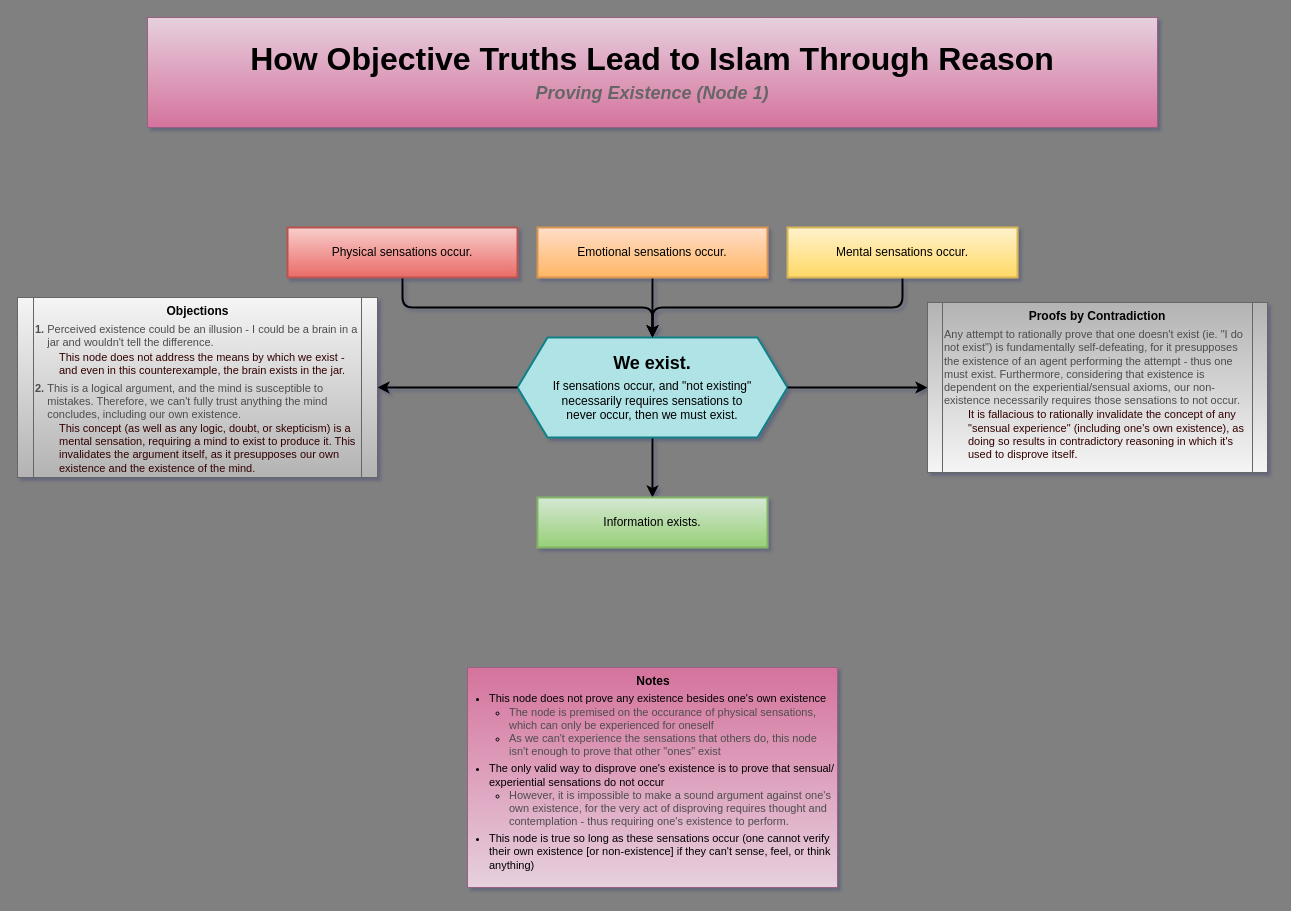
ixm-ibrahim/Diagrams keeps this draw.io diagram as page "PE1" (6 of 17) of Comparative Religion/How Objective Truths Lead to Islam through Reason.drawio. Above is the earlier version. Source tidied: cells renumbered, new cells numbered last; positions are measured from the earlier drawing's top-left corner, leaving out a move shared by most shapes. Both pictures are drawn from the tidied source at 100%, with x=0, y=0 at pixel (17, 17).
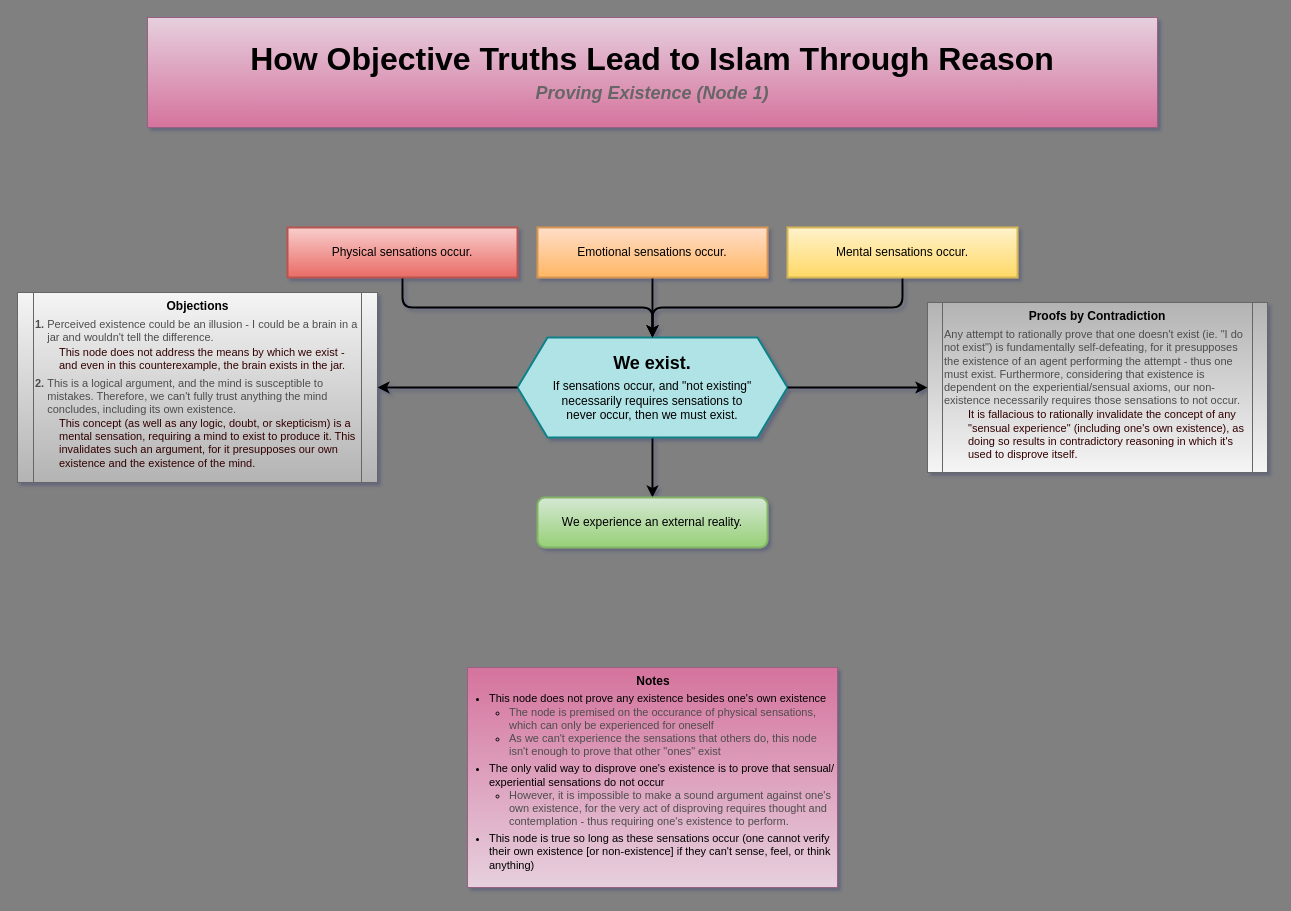
Above is the later version.

Commit message (it also covers changes not shown here):
two new categories: information, and logic

Change to the diagram source:
```diff
@@
 <mxGraphModel background="#808080" shadow="1">
   <root>
     <mxCell id="0" />
     <mxCell id="1" parent="0" />
     <mxCell id="2" value="&lt;b style=&quot;&quot;&gt;&lt;span style=&quot;font-size: 32px;&quot;&gt;How Objective Truths Lead to Islam Through Reason&lt;br&gt;&lt;/span&gt;&lt;font style=&quot;font-size: 4px;&quot;&gt;&lt;br&gt;&lt;/font&gt;&lt;i style=&quot;font-size: 12px;&quot;&gt;&lt;font style=&quot;font-size: 18px; color: rgb(102, 102, 102);&quot;&gt;Proving Existence (Node 1)&lt;/font&gt;&lt;/i&gt;&lt;/b&gt;" style="rounded=0;whiteSpace=wrap;html=1;fillColor=#e6d0de;strokeColor=#996185;gradientColor=#d5739d;fontSize=1;" parent="1" vertex="1">
       <mxGeometry x="130" width="1010" height="110" as="geometry" />
     </mxCell>
     <mxCell id="3" style="edgeStyle=elbowEdgeStyle;shape=connector;curved=0;rounded=1;jettySize=auto;elbow=vertical;html=1;exitX=0.5;exitY=1;exitDx=0;exitDy=0;entryX=0.5;entryY=0;entryDx=0;entryDy=0;strokeColor=default;strokeWidth=2;align=center;verticalAlign=middle;fontFamily=Helvetica;fontSize=11;fontColor=default;labelBackgroundColor=default;endArrow=classic;" parent="1" edge="1" source="4" target="16">
       <mxGeometry relative="1" as="geometry" />
     </mxCell>
     <mxCell id="4" value="&lt;font style=&quot;font-size: 18px;&quot;&gt;&lt;b&gt;We exist.&lt;/b&gt;&lt;/font&gt;&lt;br&gt;&lt;font style=&quot;font-size: 4px;&quot;&gt;&amp;nbsp;&lt;/font&gt;&lt;br&gt;&lt;font style=&quot;font-size: 12px;&quot;&gt;If sensations occur, and &quot;not existing&quot;&lt;br&gt;necessarily requires sensations to&lt;br&gt;never occur, then we must exist.&lt;/font&gt;" style="shape=hexagon;perimeter=hexagonPerimeter2;whiteSpace=wrap;html=1;fixedSize=1;size=30;fillColor=#b0e3e6;strokeColor=#0e8088;fontSize=1;strokeWidth=2;" parent="1" vertex="1">
       <mxGeometry x="500" y="320" width="270" height="100" as="geometry" />
     </mxCell>
     <mxCell id="5" style="edgeStyle=elbowEdgeStyle;rounded=1;jettySize=auto;html=1;exitX=0.5;exitY=1;exitDx=0;exitDy=0;entryX=0.5;entryY=0;entryDx=0;entryDy=0;elbow=vertical;curved=0;strokeWidth=2;" parent="1" edge="1" source="6" target="4">
       <mxGeometry relative="1" as="geometry" />
     </mxCell>
     <mxCell id="6" value="&lt;font style=&quot;font-size: 12px;&quot;&gt;Physical sensations occur.&lt;/font&gt;" style="rounded=0;whiteSpace=wrap;html=1;fillColor=#f8cecc;gradientColor=#ea6b66;strokeColor=#b85450;strokeWidth=2;fontSize=1;" parent="1" vertex="1">
       <mxGeometry x="270" y="210" width="230" height="50" as="geometry" />
     </mxCell>
     <mxCell id="7" style="edgeStyle=elbowEdgeStyle;shape=connector;curved=0;rounded=1;jettySize=auto;elbow=vertical;html=1;exitX=0.5;exitY=1;exitDx=0;exitDy=0;entryX=0.5;entryY=0;entryDx=0;entryDy=0;strokeColor=default;strokeWidth=2;align=center;verticalAlign=middle;fontFamily=Helvetica;fontSize=11;fontColor=default;labelBackgroundColor=default;endArrow=classic;" parent="1" edge="1" source="8" target="4">
       <mxGeometry relative="1" as="geometry" />
     </mxCell>
     <mxCell id="8" value="&lt;font style=&quot;font-size: 12px;&quot;&gt;Mental sensations occur.&lt;/font&gt;" style="rounded=0;whiteSpace=wrap;html=1;fillColor=#fff2cc;gradientColor=#ffd966;strokeColor=#d6b656;strokeWidth=2;fontSize=1;" parent="1" vertex="1">
       <mxGeometry x="770" y="210" width="230" height="50" as="geometry" />
     </mxCell>
     <mxCell id="9" style="edgeStyle=elbowEdgeStyle;shape=connector;curved=0;rounded=1;jettySize=auto;elbow=vertical;html=1;exitX=0.5;exitY=1;exitDx=0;exitDy=0;entryX=0.5;entryY=0;entryDx=0;entryDy=0;strokeColor=default;strokeWidth=2;align=center;verticalAlign=middle;fontFamily=Helvetica;fontSize=11;fontColor=default;labelBackgroundColor=default;endArrow=classic;" parent="1" edge="1" source="10" target="4">
       <mxGeometry relative="1" as="geometry" />
     </mxCell>
     <mxCell id="10" value="&lt;font style=&quot;font-size: 12px;&quot;&gt;Emotional sensations occur.&lt;/font&gt;" style="rounded=0;whiteSpace=wrap;html=1;fillColor=#FFDEC9;gradientColor=#FFB663;strokeColor=#D69555;strokeWidth=2;fontSize=1;" parent="1" vertex="1">
       <mxGeometry x="520" y="210" width="230" height="50" as="geometry" />
     </mxCell>
     <mxCell id="11" style="edgeStyle=elbowEdgeStyle;shape=connector;curved=0;rounded=1;jettySize=auto;elbow=vertical;html=1;exitX=0;exitY=0.5;exitDx=0;exitDy=0;entryX=1;entryY=0.5;entryDx=0;entryDy=0;strokeColor=default;strokeWidth=2;align=center;verticalAlign=middle;fontFamily=Helvetica;fontSize=11;fontColor=default;labelBackgroundColor=default;endArrow=classic;" parent="1" edge="1" source="4" target="12">
       <mxGeometry relative="1" as="geometry" />
     </mxCell>
-    <mxCell id="12" value="&lt;b style=&quot;&quot;&gt;&lt;font style=&quot;font-size: 12px;&quot;&gt;Objections&lt;/font&gt;&lt;/b&gt;&lt;br&gt;&lt;font style=&quot;font-size: 4px;&quot;&gt;&amp;nbsp; &amp;nbsp; &amp;nbsp; &amp;nbsp; &amp;nbsp; &amp;nbsp; &amp;nbsp; &amp;nbsp; &amp;nbsp; &amp;nbsp; &amp;nbsp; &amp;nbsp; &amp;nbsp; &amp;nbsp; &amp;nbsp; &amp;nbsp; &amp;nbsp; &amp;nbsp; &amp;nbsp; &amp;nbsp; &amp;nbsp; &amp;nbsp; &amp;nbsp; &amp;nbsp; &amp;nbsp; &amp;nbsp; &amp;nbsp; &amp;nbsp; &amp;nbsp; &amp;nbsp; &amp;nbsp; &amp;nbsp; &amp;nbsp; &amp;nbsp; &amp;nbsp; &amp;nbsp; &amp;nbsp; &amp;nbsp; &amp;nbsp; &amp;nbsp; &amp;nbsp; &amp;nbsp; &amp;nbsp; &amp;nbsp; &amp;nbsp; &amp;nbsp; &amp;nbsp; &amp;nbsp; &amp;nbsp; &amp;nbsp; &amp;nbsp; &amp;nbsp; &amp;nbsp; &amp;nbsp; &amp;nbsp; &amp;nbsp; &amp;nbsp; &amp;nbsp; &amp;nbsp;&lt;/font&gt;&lt;span style=&quot;font-size: 4px;&quot;&gt;&amp;nbsp; &amp;nbsp; &amp;nbsp; &amp;nbsp; &amp;nbsp; &amp;nbsp; &amp;nbsp; &amp;nbsp; &amp;nbsp; &amp;nbsp; &amp;nbsp;&lt;/span&gt;&lt;span style=&quot;font-size: 4px;&quot;&gt;&amp;nbsp; &amp;nbsp; &amp;nbsp; &amp;nbsp; &amp;nbsp; &amp;nbsp; &amp;nbsp; &amp;nbsp; &amp;nbsp; &amp;nbsp; &amp;nbsp;&lt;/span&gt;&lt;span style=&quot;font-size: 4px;&quot;&gt;&amp;nbsp; &amp;nbsp; &amp;nbsp; &amp;nbsp; &amp;nbsp; &amp;nbsp; &amp;nbsp; &amp;nbsp; &amp;nbsp; &amp;nbsp; &amp;nbsp;&lt;/span&gt;&lt;span style=&quot;font-size: 4px;&quot;&gt;&amp;nbsp; &amp;nbsp; &amp;nbsp; &amp;nbsp; &amp;nbsp; &amp;nbsp; &amp;nbsp; &amp;nbsp; &amp;nbsp; &amp;nbsp; &amp;nbsp;&lt;/span&gt;&lt;span style=&quot;font-size: 4px;&quot;&gt;&amp;nbsp; &amp;nbsp; &amp;nbsp; &amp;nbsp; &amp;nbsp; &amp;nbsp; &amp;nbsp; &amp;nbsp; &amp;nbsp; &amp;nbsp; &amp;nbsp;&lt;/span&gt;&lt;span style=&quot;font-size: 4px;&quot;&gt;&amp;nbsp; &amp;nbsp; &amp;nbsp; &amp;nbsp; &amp;nbsp; &amp;nbsp; &amp;nbsp; &amp;nbsp; &amp;nbsp; &amp;nbsp; &amp;nbsp;&lt;/span&gt;&lt;span style=&quot;font-size: 4px;&quot;&gt;&amp;nbsp; &amp;nbsp; &amp;nbsp; &amp;nbsp; &amp;nbsp; &amp;nbsp; &amp;nbsp; &amp;nbsp; &amp;nbsp; &amp;nbsp; &amp;nbsp;&lt;/span&gt;&lt;span style=&quot;font-size: 4px;&quot;&gt;&amp;nbsp; &amp;nbsp; &amp;nbsp; &amp;nbsp; &amp;nbsp; &amp;nbsp; &amp;nbsp; &amp;nbsp; &amp;nbsp; &amp;nbsp; &amp;nbsp; &amp;nbsp; &amp;nbsp; &amp;nbsp; &amp;nbsp;&amp;nbsp;&lt;/span&gt;&lt;br&gt;&lt;div style=&quot;text-align: left; padding-left: 1px; padding-right: 1px;&quot;&gt;&lt;font style=&quot;color: rgb(77, 77, 77);&quot;&gt;&lt;font&gt;&lt;b style=&quot;background-color: transparent; font-size: 11px;&quot;&gt;1.&lt;/b&gt;&lt;span style=&quot;background-color: transparent; font-size: 11px;&quot;&gt;&amp;nbsp;Perceived existence could be an illusion - I could be a brain in a&lt;br&gt;&amp;nbsp; &amp;nbsp; jar and wouldn't tell the difference&lt;/span&gt;&lt;/font&gt;&lt;span style=&quot;background-color: transparent;&quot;&gt;&lt;font style=&quot;font-size: 11px;&quot;&gt;.&lt;/font&gt;&lt;/span&gt;&lt;/font&gt;&lt;/div&gt;&lt;div style=&quot;text-align: left;&quot;&gt;&lt;ul style=&quot;padding-left: 25px; padding-right: 1px;&quot;&gt;&lt;li&gt;&lt;span style=&quot;background-color: transparent;&quot;&gt;&lt;font style=&quot;font-size: 11px; color: light-dark(rgb(51, 0, 0), rgb(255, 255, 255));&quot;&gt;This node does not address the means by which we exist - and even in this counterexample, the brain exists in the jar.&lt;/font&gt;&lt;/span&gt;&lt;/li&gt;&lt;li&gt;&lt;br&gt;&lt;/li&gt;&lt;/ul&gt;&lt;font color=&quot;#330000&quot;&gt;&lt;font style=&quot;font-size: 2px;&quot;&gt;&amp;nbsp;&lt;/font&gt;&lt;br&gt;&lt;/font&gt;&lt;div style=&quot;padding-left: 1px; padding-right: 1px;&quot;&gt;&lt;font style=&quot;color: rgb(77, 77, 77);&quot;&gt;&lt;b style=&quot;background-color: transparent; font-size: 11px;&quot;&gt;2.&lt;/b&gt;&lt;span style=&quot;background-color: transparent; font-size: 11px;&quot;&gt;&amp;nbsp;This is a logical argument, and the mind is susceptible to&lt;br&gt;&amp;nbsp; &amp;nbsp; mistakes. Therefore, we can't fully trust anything the mind&lt;br&gt;&amp;nbsp; &amp;nbsp; concludes, including our own existence&lt;/span&gt;&lt;span style=&quot;background-color: transparent;&quot;&gt;&lt;font style=&quot;font-size: 11px;&quot;&gt;.&lt;/font&gt;&lt;/span&gt;&lt;/font&gt;&lt;/div&gt;&lt;div&gt;&lt;ul style=&quot;padding-left: 25px; padding-right: 1px;&quot;&gt;&lt;li&gt;&lt;span style=&quot;background-color: transparent;&quot;&gt;&lt;font style=&quot;font-size: 11px; color: light-dark(rgb(51, 0, 0), rgb(255, 255, 255));&quot;&gt;This concept (as well as any logic, doubt, or skepticism) is a mental sensation, requiring a mind to exist to produce it. This invalidates the argument itself, as it presupposes our own existence and the existence of the mind.&lt;/font&gt;&lt;/span&gt;&lt;/li&gt;&lt;/ul&gt;&lt;/div&gt;&lt;/div&gt;" style="shape=process;whiteSpace=wrap;html=1;backgroundOutline=1;fontFamily=Helvetica;fontSize=1;labelBackgroundColor=none;fillColor=#f5f5f5;gradientColor=#b3b3b3;strokeColor=#666666;verticalAlign=top;size=0.043478260869565216;" parent="1" vertex="1">
-      <mxGeometry y="280" width="360" height="180" as="geometry" />
+    <mxCell id="12" value="&lt;b style=&quot;&quot;&gt;&lt;font style=&quot;font-size: 12px;&quot;&gt;Objections&lt;/font&gt;&lt;/b&gt;&lt;br&gt;&lt;font style=&quot;font-size: 4px;&quot;&gt;&amp;nbsp; &amp;nbsp; &amp;nbsp; &amp;nbsp; &amp;nbsp; &amp;nbsp; &amp;nbsp; &amp;nbsp; &amp;nbsp; &amp;nbsp; &amp;nbsp; &amp;nbsp; &amp;nbsp; &amp;nbsp; &amp;nbsp; &amp;nbsp; &amp;nbsp; &amp;nbsp; &amp;nbsp; &amp;nbsp; &amp;nbsp; &amp;nbsp; &amp;nbsp; &amp;nbsp; &amp;nbsp; &amp;nbsp; &amp;nbsp; &amp;nbsp; &amp;nbsp; &amp;nbsp; &amp;nbsp; &amp;nbsp; &amp;nbsp; &amp;nbsp; &amp;nbsp; &amp;nbsp; &amp;nbsp; &amp;nbsp; &amp;nbsp; &amp;nbsp; &amp;nbsp; &amp;nbsp; &amp;nbsp; &amp;nbsp; &amp;nbsp; &amp;nbsp; &amp;nbsp; &amp;nbsp; &amp;nbsp; &amp;nbsp; &amp;nbsp; &amp;nbsp; &amp;nbsp; &amp;nbsp; &amp;nbsp; &amp;nbsp; &amp;nbsp; &amp;nbsp; &amp;nbsp;&lt;/font&gt;&lt;span style=&quot;font-size: 4px;&quot;&gt;&amp;nbsp; &amp;nbsp; &amp;nbsp; &amp;nbsp; &amp;nbsp; &amp;nbsp; &amp;nbsp; &amp;nbsp; &amp;nbsp; &amp;nbsp; &amp;nbsp;&lt;/span&gt;&lt;span style=&quot;font-size: 4px;&quot;&gt;&amp;nbsp; &amp;nbsp; &amp;nbsp; &amp;nbsp; &amp;nbsp; &amp;nbsp; &amp;nbsp; &amp;nbsp; &amp;nbsp; &amp;nbsp; &amp;nbsp;&lt;/span&gt;&lt;span style=&quot;font-size: 4px;&quot;&gt;&amp;nbsp; &amp;nbsp; &amp;nbsp; &amp;nbsp; &amp;nbsp; &amp;nbsp; &amp;nbsp; &amp;nbsp; &amp;nbsp; &amp;nbsp; &amp;nbsp;&lt;/span&gt;&lt;span style=&quot;font-size: 4px;&quot;&gt;&amp;nbsp; &amp;nbsp; &amp;nbsp; &amp;nbsp; &amp;nbsp; &amp;nbsp; &amp;nbsp; &amp;nbsp; &amp;nbsp; &amp;nbsp; &amp;nbsp;&lt;/span&gt;&lt;span style=&quot;font-size: 4px;&quot;&gt;&amp;nbsp; &amp;nbsp; &amp;nbsp; &amp;nbsp; &amp;nbsp; &amp;nbsp; &amp;nbsp; &amp;nbsp; &amp;nbsp; &amp;nbsp; &amp;nbsp;&lt;/span&gt;&lt;span style=&quot;font-size: 4px;&quot;&gt;&amp;nbsp; &amp;nbsp; &amp;nbsp; &amp;nbsp; &amp;nbsp; &amp;nbsp; &amp;nbsp; &amp;nbsp; &amp;nbsp; &amp;nbsp; &amp;nbsp;&lt;/span&gt;&lt;span style=&quot;font-size: 4px;&quot;&gt;&amp;nbsp; &amp;nbsp; &amp;nbsp; &amp;nbsp; &amp;nbsp; &amp;nbsp; &amp;nbsp; &amp;nbsp; &amp;nbsp; &amp;nbsp; &amp;nbsp;&lt;/span&gt;&lt;span style=&quot;font-size: 4px;&quot;&gt;&amp;nbsp; &amp;nbsp; &amp;nbsp; &amp;nbsp; &amp;nbsp; &amp;nbsp; &amp;nbsp; &amp;nbsp; &amp;nbsp; &amp;nbsp; &amp;nbsp; &amp;nbsp; &amp;nbsp; &amp;nbsp; &amp;nbsp;&amp;nbsp;&lt;/span&gt;&lt;br&gt;&lt;div style=&quot;text-align: left; padding-left: 1px; padding-right: 1px;&quot;&gt;&lt;font style=&quot;color: rgb(77, 77, 77);&quot;&gt;&lt;font&gt;&lt;b style=&quot;background-color: transparent; font-size: 11px;&quot;&gt;1.&lt;/b&gt;&lt;span style=&quot;background-color: transparent; font-size: 11px;&quot;&gt;&amp;nbsp;Perceived existence could be an illusion - I could be a brain in a&lt;br&gt;&amp;nbsp; &amp;nbsp; jar and wouldn't tell the difference&lt;/span&gt;&lt;/font&gt;&lt;span style=&quot;background-color: transparent;&quot;&gt;&lt;font style=&quot;font-size: 11px;&quot;&gt;.&lt;/font&gt;&lt;/span&gt;&lt;/font&gt;&lt;/div&gt;&lt;div style=&quot;text-align: left;&quot;&gt;&lt;ul style=&quot;padding-left: 25px; padding-right: 1px;&quot;&gt;&lt;li&gt;&lt;span style=&quot;background-color: transparent;&quot;&gt;&lt;font style=&quot;font-size: 11px; color: light-dark(rgb(51, 0, 0), rgb(255, 255, 255));&quot;&gt;This node does not address the means by which we exist - and even in this counterexample, the brain exists in the jar.&lt;/font&gt;&lt;/span&gt;&lt;/li&gt;&lt;li&gt;&lt;br&gt;&lt;/li&gt;&lt;/ul&gt;&lt;font color=&quot;#330000&quot;&gt;&lt;font style=&quot;font-size: 2px;&quot;&gt;&amp;nbsp;&lt;/font&gt;&lt;br&gt;&lt;/font&gt;&lt;div style=&quot;padding-left: 1px; padding-right: 1px;&quot;&gt;&lt;font style=&quot;color: rgb(77, 77, 77);&quot;&gt;&lt;b style=&quot;background-color: transparent; font-size: 11px;&quot;&gt;2.&lt;/b&gt;&lt;span style=&quot;background-color: transparent; font-size: 11px;&quot;&gt;&amp;nbsp;This is a logical argument, and the mind is susceptible to&lt;br&gt;&amp;nbsp; &amp;nbsp; mistakes. Therefore, we can't fully trust anything the mind&lt;br&gt;&amp;nbsp; &amp;nbsp; concludes, including its own existence&lt;/span&gt;&lt;span style=&quot;background-color: transparent;&quot;&gt;&lt;font style=&quot;font-size: 11px;&quot;&gt;.&lt;/font&gt;&lt;/span&gt;&lt;/font&gt;&lt;/div&gt;&lt;div&gt;&lt;ul style=&quot;padding-left: 25px; padding-right: 1px;&quot;&gt;&lt;li&gt;&lt;span style=&quot;background-color: transparent;&quot;&gt;&lt;font style=&quot;font-size: 11px; color: light-dark(rgb(51, 0, 0), rgb(255, 255, 255));&quot;&gt;This concept (as well as any logic, doubt, or skepticism) is a mental sensation, requiring a mind to exist to produce it. This invalidates such an argument, for it presupposes our own existence and the existence of the mind.&lt;/font&gt;&lt;/span&gt;&lt;/li&gt;&lt;/ul&gt;&lt;/div&gt;&lt;/div&gt;" style="shape=process;whiteSpace=wrap;html=1;backgroundOutline=1;fontFamily=Helvetica;fontSize=1;labelBackgroundColor=none;fillColor=#f5f5f5;gradientColor=#b3b3b3;strokeColor=#666666;verticalAlign=top;size=0.043478260869565216;" parent="1" vertex="1">
+      <mxGeometry y="275" width="360" height="190" as="geometry" />
     </mxCell>
     <mxCell id="13" style="edgeStyle=elbowEdgeStyle;shape=connector;curved=0;rounded=1;jettySize=auto;elbow=vertical;html=1;entryX=0;entryY=0.5;entryDx=0;entryDy=0;strokeColor=default;strokeWidth=2;align=center;verticalAlign=middle;fontFamily=Helvetica;fontSize=11;fontColor=default;labelBackgroundColor=default;endArrow=classic;exitX=1;exitY=0.5;exitDx=0;exitDy=0;" parent="1" edge="1" source="4" target="14">
       <mxGeometry relative="1" as="geometry" />
     </mxCell>
     <mxCell id="14" value="&lt;b style=&quot;&quot;&gt;&lt;font style=&quot;font-size: 12px;&quot;&gt;Proofs by Contradiction&lt;/font&gt;&lt;/b&gt;&lt;br&gt;&lt;span style=&quot;font-size: 4px;&quot;&gt;&amp;nbsp; &amp;nbsp; &amp;nbsp; &amp;nbsp; &amp;nbsp; &amp;nbsp; &amp;nbsp; &amp;nbsp; &amp;nbsp; &amp;nbsp; &amp;nbsp; &amp;nbsp; &amp;nbsp; &amp;nbsp; &amp;nbsp; &amp;nbsp; &amp;nbsp; &amp;nbsp; &amp;nbsp; &amp;nbsp; &amp;nbsp; &amp;nbsp; &amp;nbsp; &amp;nbsp; &amp;nbsp; &amp;nbsp; &amp;nbsp; &amp;nbsp; &amp;nbsp; &amp;nbsp; &amp;nbsp; &amp;nbsp; &amp;nbsp; &amp;nbsp; &amp;nbsp; &amp;nbsp; &amp;nbsp; &amp;nbsp; &amp;nbsp; &amp;nbsp; &amp;nbsp; &amp;nbsp; &amp;nbsp; &amp;nbsp; &amp;nbsp; &amp;nbsp; &amp;nbsp; &amp;nbsp; &amp;nbsp; &amp;nbsp; &amp;nbsp; &amp;nbsp; &amp;nbsp; &amp;nbsp; &amp;nbsp; &amp;nbsp; &amp;nbsp;&lt;/span&gt;&lt;span style=&quot;font-size: 4px;&quot;&gt;&amp;nbsp; &amp;nbsp; &amp;nbsp; &amp;nbsp; &amp;nbsp; &amp;nbsp; &amp;nbsp; &amp;nbsp; &amp;nbsp; &amp;nbsp; &amp;nbsp; &amp;nbsp; &amp;nbsp; &amp;nbsp; &amp;nbsp; &amp;nbsp; &amp;nbsp; &amp;nbsp; &amp;nbsp; &amp;nbsp; &amp;nbsp; &amp;nbsp; &amp;nbsp; &amp;nbsp; &amp;nbsp; &amp;nbsp; &amp;nbsp; &amp;nbsp; &amp;nbsp; &amp;nbsp; &amp;nbsp; &amp;nbsp; &amp;nbsp; &amp;nbsp; &amp;nbsp; &amp;nbsp; &amp;nbsp; &amp;nbsp; &amp;nbsp; &amp;nbsp; &amp;nbsp; &amp;nbsp; &amp;nbsp; &amp;nbsp; &amp;nbsp; &amp;nbsp; &amp;nbsp; &amp;nbsp; &amp;nbsp; &amp;nbsp; &amp;nbsp; &amp;nbsp; &amp;nbsp; &amp;nbsp; &amp;nbsp; &amp;nbsp; &amp;nbsp; &amp;nbsp; &amp;nbsp; &amp;nbsp; &amp;nbsp; &amp;nbsp; &amp;nbsp; &amp;nbsp; &amp;nbsp; &amp;nbsp; &amp;nbsp; &amp;nbsp; &amp;nbsp; &amp;nbsp; &amp;nbsp; &amp;nbsp; &amp;nbsp; &amp;nbsp; &amp;nbsp; &amp;nbsp; &amp;nbsp; &amp;nbsp; &amp;nbsp; &amp;nbsp; &amp;nbsp; &amp;nbsp;&amp;nbsp;&lt;/span&gt;&lt;br&gt;&lt;div style=&quot;text-align: left; padding-left: 1px; padding-right: 1px;&quot;&gt;&lt;font style=&quot;color: rgb(77, 77, 77);&quot;&gt;&lt;font&gt;&lt;span style=&quot;font-size: 11px;&quot;&gt;Any attempt to&lt;/span&gt;&lt;/font&gt;&lt;span style=&quot;font-size: 11px; background-color: transparent; color: rgb(77, 77, 77);&quot;&gt;&amp;nbsp;&lt;/span&gt;&lt;span style=&quot;font-size: 11px; background-color: transparent; color: rgb(77, 77, 77);&quot;&gt;rationally&lt;/span&gt;&lt;font style=&quot;background-color: transparent;&quot;&gt;&lt;span style=&quot;font-size: 11px;&quot;&gt;&amp;nbsp;prove that one doesn't exist (ie. &quot;I do not exist&quot;) is fundamentally self-defeating, for it presupposes the existence of an agent performing the attempt - thus one must exist. Furthermore, considering that existence is dependent on the experiential/sensual axioms,&amp;nbsp;&lt;/span&gt;&lt;/font&gt;&lt;span style=&quot;background-color: transparent; font-size: 11px; color: rgb(77, 77, 77);&quot;&gt;our non-existence necessarily requires those sensations to not occur.&lt;/span&gt;&lt;/font&gt;&lt;/div&gt;&lt;div style=&quot;text-align: left;&quot;&gt;&lt;ul style=&quot;padding-left: 25px; padding-right: 1px;&quot;&gt;&lt;li&gt;&lt;span style=&quot;background-color: transparent;&quot;&gt;&lt;font style=&quot;font-size: 11px; color: light-dark(rgb(51, 0, 0), rgb(255, 255, 255));&quot;&gt;It is fallacious to rationally invalidate the concept of any &quot;sensual experience&quot; (including one's own existence), as doing so results in contradictory reasoning in which it's used to disprove itself.&lt;/font&gt;&lt;/span&gt;&lt;/li&gt;&lt;/ul&gt;&lt;/div&gt;" style="shape=process;whiteSpace=wrap;html=1;backgroundOutline=1;fontFamily=Helvetica;fontSize=1;labelBackgroundColor=none;fillColor=#f5f5f5;gradientColor=#b3b3b3;strokeColor=#666666;verticalAlign=top;size=0.043478260869565216;gradientDirection=north;" parent="1" vertex="1">
       <mxGeometry x="910" y="285" width="340" height="170" as="geometry" />
     </mxCell>
     <mxCell id="15" value="&lt;div style=&quot;text-align: center;&quot;&gt;&lt;span style=&quot;font-size: 12px;&quot;&gt;&lt;b&gt;Notes&lt;/b&gt;&lt;/span&gt;&lt;/div&gt;&lt;div&gt;&lt;ul style=&quot;padding-left: 20px; margin-top: 4px;&quot;&gt;&lt;li&gt;&lt;font&gt;This node does not prove any existence besides one's own existence&lt;/font&gt;&lt;/li&gt;&lt;ul style=&quot;padding-left: 20px; margin-bottom: 4px;&quot;&gt;&lt;li&gt;&lt;font style=&quot;color: rgb(77, 77, 77);&quot;&gt;The node is premised on the occurance of physical sensations, which can only be experienced for oneself&lt;/font&gt;&lt;/li&gt;&lt;li&gt;&lt;font style=&quot;color: rgb(77, 77, 77);&quot;&gt;As we can't experience the sensations that others do, this node isn't enough to prove that other &quot;ones&quot; exist&lt;br&gt;&lt;/font&gt;&lt;/li&gt;&lt;/ul&gt;&lt;li&gt;The only valid way to disprove one's existence is to prove that sensual/ experiential sensations do not occur&lt;/li&gt;&lt;ul style=&quot;padding-left: 20px; margin-top: 0px; padding-bottom: 4px;&quot;&gt;&lt;li&gt;&lt;font style=&quot;color: rgb(77, 77, 77);&quot;&gt;However, it is impossible to make a sound argument against one's own existence, for the very act of disproving requires thought and contemplation - thus requiring one's existence to perform.&lt;/font&gt;&lt;/li&gt;&lt;/ul&gt;&lt;li&gt;&lt;span style=&quot;background-color: transparent; color: light-dark(rgb(0, 0, 0), rgb(255, 255, 255));&quot;&gt;This node is true so long as these sensations occur (one cannot verify their own existence [or non-existence] if they can't sense, feel, or think anything)&lt;/span&gt;&lt;/li&gt;&lt;/ul&gt;&lt;/div&gt;" style="rounded=0;whiteSpace=wrap;html=1;fontFamily=Helvetica;fontSize=11;labelBackgroundColor=none;align=left;fillColor=#e6d0de;gradientColor=#d5739d;strokeColor=#996185;gradientDirection=north;verticalAlign=top;" parent="1" vertex="1">
       <mxGeometry x="450" y="650" width="370" height="220" as="geometry" />
     </mxCell>
-    <mxCell id="16" value="&lt;font style=&quot;font-size: 12px;&quot;&gt;Information exists.&lt;/font&gt;" style="rounded=0;whiteSpace=wrap;html=1;fillColor=#d5e8d4;gradientColor=#97d077;strokeColor=#82b366;strokeWidth=2;fontSize=1;" parent="1" vertex="1">
+    <mxCell id="16" value="&lt;font style=&quot;font-size: 12px;&quot;&gt;We experience an external reality.&lt;/font&gt;" style="rounded=1;whiteSpace=wrap;html=1;fillColor=#d5e8d4;gradientColor=#97d077;strokeColor=#82b366;strokeWidth=2;fontSize=1;" parent="1" vertex="1">
       <mxGeometry x="520" y="480" width="230" height="50" as="geometry" />
     </mxCell>
   </root>
 </mxGraphModel>
```
